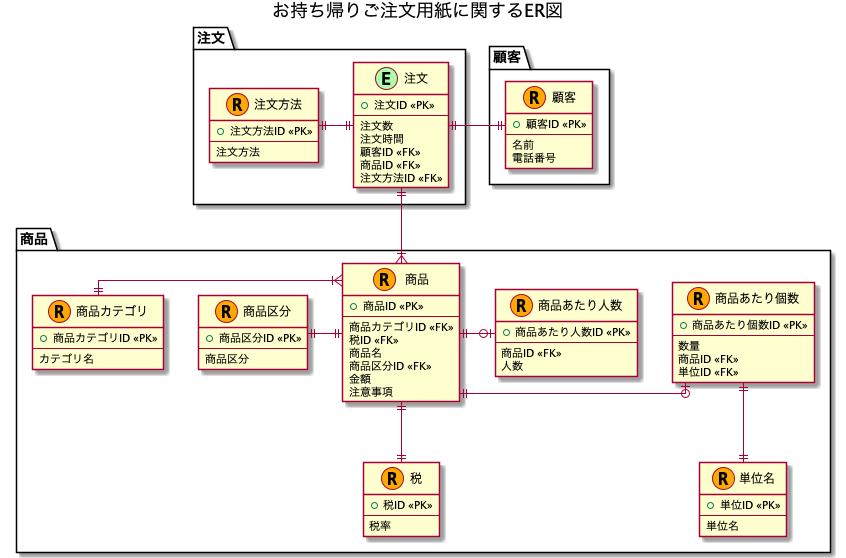
This is assets/お持ち帰りご注文用紙に関するER図.png from kamimi01/praha_challenge_tasks, a PlantUML export, as it was before one commit.
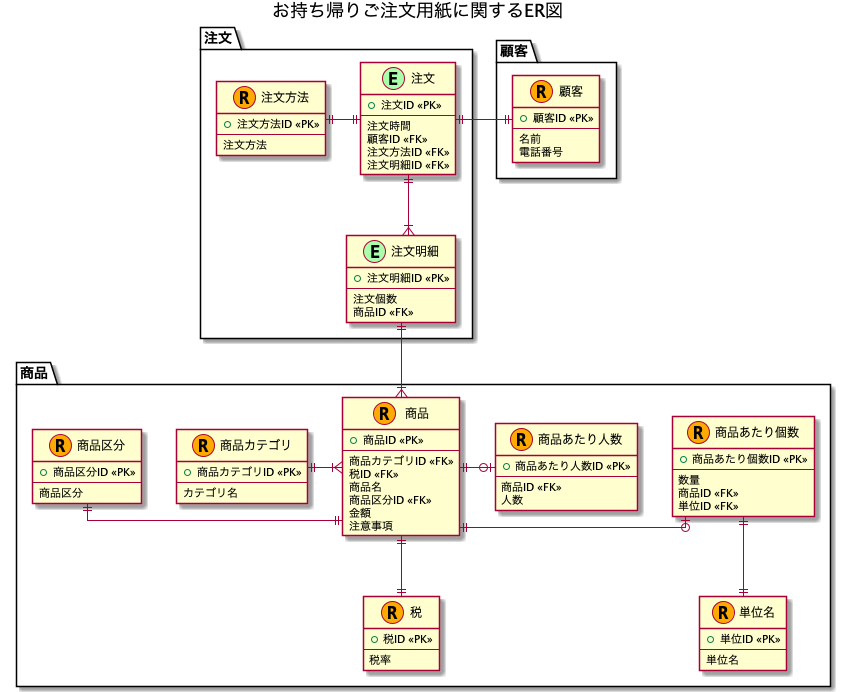
After the change.

Change to the diagram source:
```diff
@@ -12,17 +12,23 @@
   entity "注文" as order <<E, EVENT_MARK_COLOR>> {
     + 注文ID <<PK>>
     ---
-    注文数
     注文時間
     顧客ID <<FK>>
-    商品ID <<FK>>
     注文方法ID <<FK>>
+    注文明細ID <<FK>>
   }
 
   entity "注文方法" as order_method <<R, RESOURCE_MARK_COLOR>> {
     + 注文方法ID <<PK>>
     ---
     注文方法
+  }
+
+  entity "注文明細" as order_detail <<E, EVENT_MARK_COLOR>> {
+    + 注文明細ID <<PK>>
+    ---
+    注文個数
+    商品ID <<FK>>
   }
 }
 
@@ -88,7 +94,8 @@
 }
 
 order ||-r-|| customer
-order ||--|{ product
+order ||--|{ order_detail
+order_detail ||--|{ product
 product_category ||-r-|{ product
 product ||--|| tax
 product ||-r-o| product_num
```
